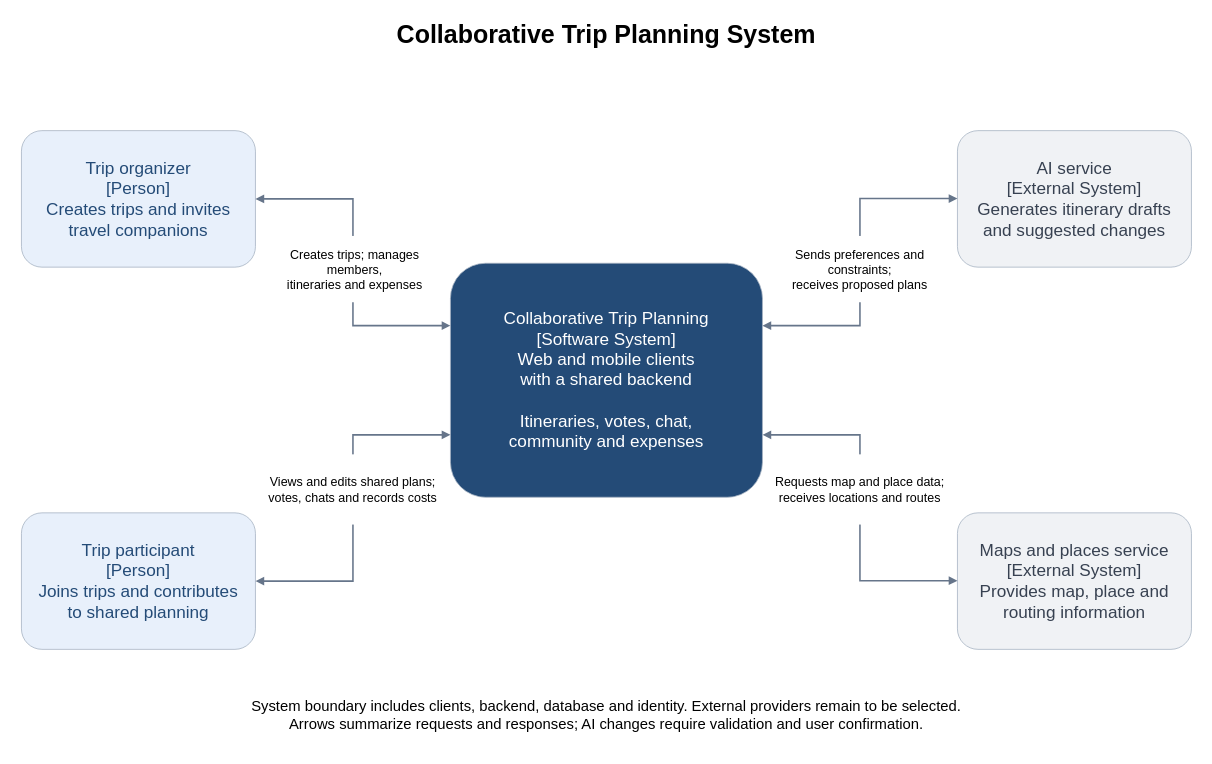
This is diagrams/system-context.drawio from yer455yl/collaborative-trip-planning, a draw.io file, before an edit. Source tidied: cells renumbered, new cells numbered last; positions are measured from the earlier drawing's top-left corner, leaving out a move shared by most shapes. Both pictures are drawn from the tidied source at 78%, with x=0, y=0 at pixel (13, 13).
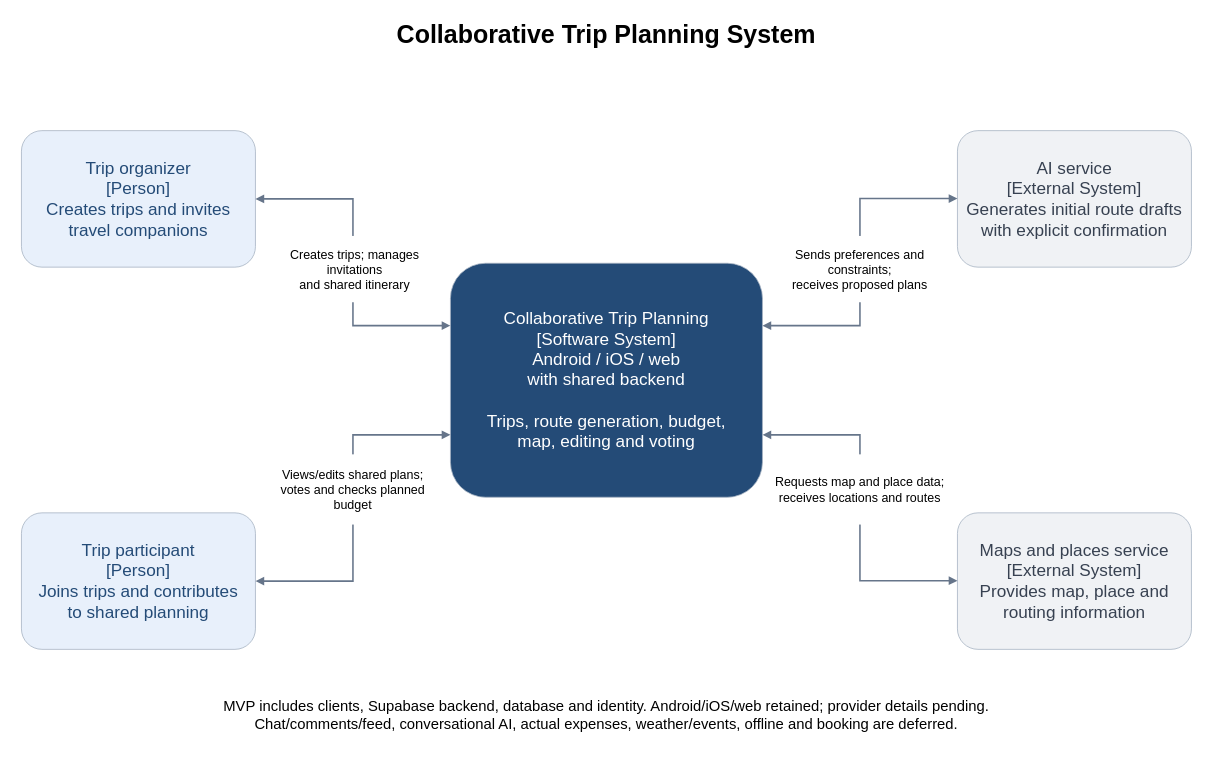
After the change.

Change to the diagram source:
```diff
@@
-    <mxCell id="5" value="Collaborative Trip Planning&#10;[Software System]&#10;Web and mobile clients&#10;with a shared backend&#10;&#10;Itineraries, votes, chat,&#10;community and expenses" style="rounded=1;whiteSpace=wrap;html=0;fillColor=#244b77;fontColor=white;strokeColor=#a5b2c2;fontSize=22;align=center;verticalAlign=middle;" parent="1" vertex="1">
+    <mxCell id="5" value="Collaborative Trip Planning&#10;[Software System]&#10;Android / iOS / web&#10;with shared backend&#10;&#10;Trips, route generation, budget,&#10;map, editing and voting" style="rounded=1;whiteSpace=wrap;html=0;fillColor=#244b77;fontColor=white;strokeColor=#a5b2c2;fontSize=22;align=center;verticalAlign=middle;" parent="1" vertex="1">
       <mxGeometry x="560" y="320" width="400" height="300" as="geometry" />
     </mxCell>
-    <mxCell id="6" value="AI service&#10;[External System]&#10;Generates itinerary drafts&#10;and suggested changes" style="rounded=1;whiteSpace=wrap;html=0;fillColor=#f0f2f5;fontColor=#374151;strokeColor=#a5b2c2;fontSize=22;align=center;verticalAlign=middle;" parent="1" vertex="1">
+    <mxCell id="6" value="AI service&#10;[External System]&#10;Generates initial route drafts&#10;with explicit confirmation" style="rounded=1;whiteSpace=wrap;html=0;fillColor=#f0f2f5;fontColor=#374151;strokeColor=#a5b2c2;fontSize=22;align=center;verticalAlign=middle;" parent="1" vertex="1">
       <mxGeometry x="1210" y="150" width="300" height="175" as="geometry" />
     </mxCell>
@@
-    <mxCell id="9" value="Creates trips; manages members,&#10;itineraries and expenses" style="text;html=0;whiteSpace=wrap;fillColor=#ffffff;fontSize=16;align=center;verticalAlign=middle;" parent="1" vertex="1">
+    <mxCell id="9" value="Creates trips; manages invitations&#10;and shared itinerary" style="text;html=0;whiteSpace=wrap;fillColor=#ffffff;fontSize=16;align=center;verticalAlign=middle;" parent="1" vertex="1">
       <mxGeometry x="325" y="285" width="225" height="85" as="geometry" />
     </mxCell>
@@
-    <mxCell id="11" value="Views and edits shared plans;&#10;votes, chats and records costs" style="text;html=0;whiteSpace=wrap;fillColor=#ffffff;fontSize=16;align=center;verticalAlign=middle;" parent="1" vertex="1">
+    <mxCell id="11" value="Views/edits shared plans;&#10;votes and checks planned budget" style="text;html=0;whiteSpace=wrap;fillColor=#ffffff;fontSize=16;align=center;verticalAlign=middle;" parent="1" vertex="1">
       <mxGeometry x="315" y="565" width="240" height="90" as="geometry" />
     </mxCell>
@@
-    <mxCell id="16" value="System boundary includes clients, backend, database and identity. External providers remain to be selected.&#10;Arrows summarize requests and responses; AI changes require validation and user confirmation." style="text;html=0;whiteSpace=wrap;align=center;fontSize=19;" parent="1" vertex="1">
+    <mxCell id="16" value="MVP includes clients, Supabase backend, database and identity. Android/iOS/web retained; provider details pending.&#10;Chat/comments/feed, conversational AI, actual expenses, weather/events, offline and booking are deferred." style="text;html=0;whiteSpace=wrap;align=center;fontSize=19;" parent="1" vertex="1">
       <mxGeometry x="30" y="870" width="1460" height="75" as="geometry" />
     </mxCell>
```
